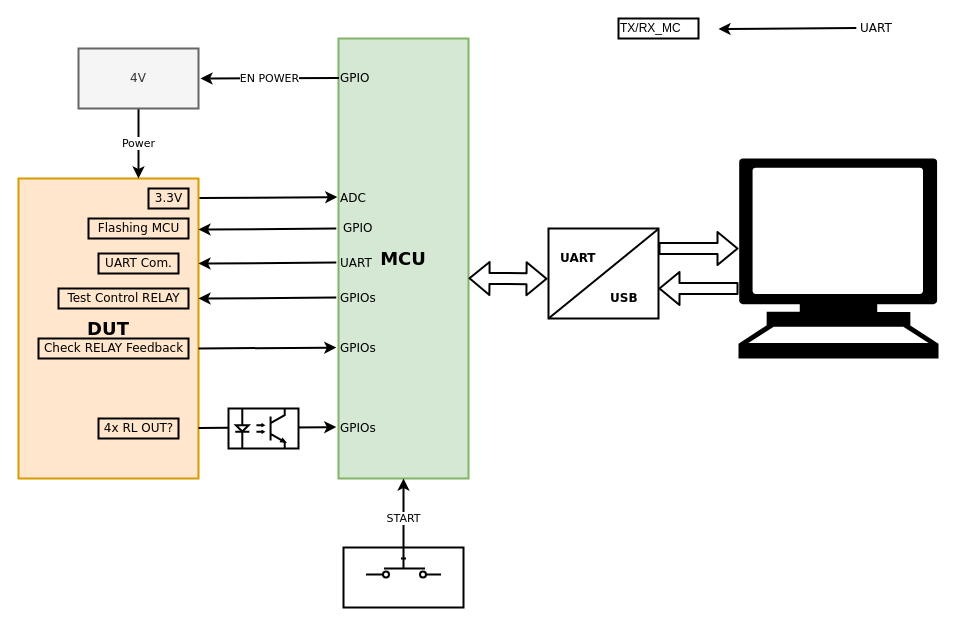
Above: Copy of Detail of HW auto test tool.drawio in anhvanthe/01_my_drawio (draw.io), before the change. Source tidied: cells renumbered, new cells numbered last; positions are measured from the earlier drawing's top-left corner, leaving out a move shared by most shapes. Both pictures are drawn from the tidied source at 100%, with x=0, y=0 at pixel (18, 18).
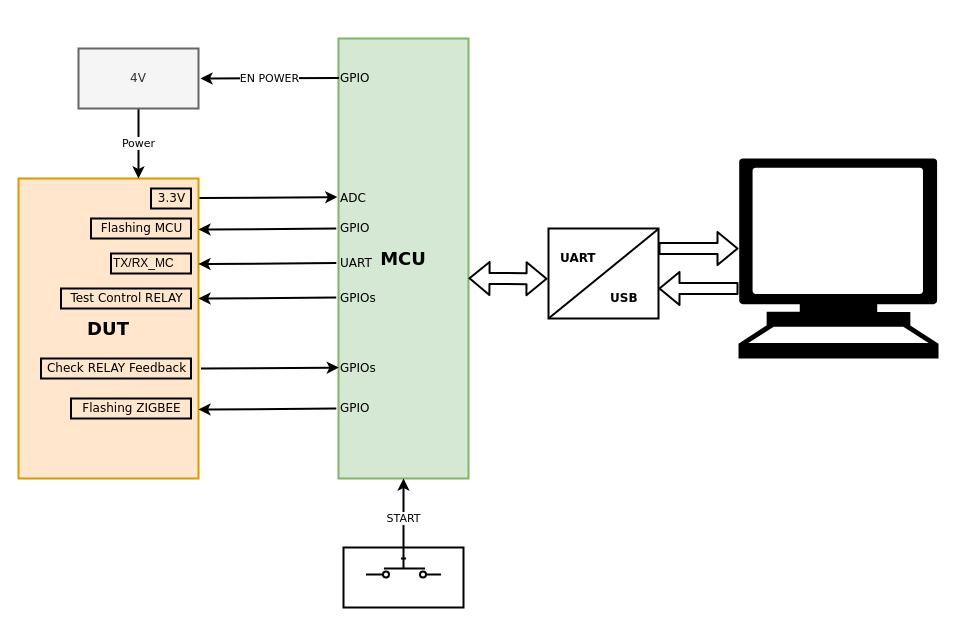
After the change.

The edit, as a diff of the source:
```diff
@@
     <mxCell id="6" value="UART" style="text;html=1;align=left;verticalAlign=top;spacingTop=-4;fontFamily=Verdana;strokeWidth=2;" parent="1" vertex="1">
-      <mxGeometry x="840" width="50" height="20" as="geometry" />
+      <mxGeometry x="320" y="235" width="50" height="20" as="geometry" />
     </mxCell>
@@
     <mxCell id="8" value="3.3V" style="text;html=1;align=center;verticalAlign=top;spacingTop=-4;rounded=0;fillColor=none;strokeColor=#000000;fontFamily=Verdana;strokeWidth=2;" parent="1" vertex="1">
-      <mxGeometry x="130" y="170" width="40" height="20" as="geometry" />
+      <mxGeometry x="132.5" y="170" width="40" height="20" as="geometry" />
     </mxCell>
@@
     <mxCell id="10" value="Flashing MCU" style="text;html=1;align=center;verticalAlign=top;spacingTop=-4;rounded=0;fillColor=none;strokeColor=#000000;fontFamily=Verdana;strokeWidth=2;" parent="1" vertex="1">
-      <mxGeometry x="70" y="200" width="100" height="20" as="geometry" />
+      <mxGeometry x="72.5" y="200" width="100" height="20" as="geometry" />
     </mxCell>
@@
     <mxCell id="12" value="GPIO" style="text;html=1;align=left;verticalAlign=top;spacingTop=-4;fontFamily=Verdana;strokeWidth=2;" parent="1" vertex="1">
-      <mxGeometry x="322.5" y="200" width="50" height="20" as="geometry" />
+      <mxGeometry x="320" y="200" width="50" height="20" as="geometry" />
     </mxCell>
-    <mxCell id="13" style="endArrow=classic;html=1;entryX=-0.018;entryY=0.342;entryDx=0;entryDy=0;entryPerimeter=0;fontFamily=Verdana;strokeWidth=2;" parent="1" edge="1">
-      <mxGeometry relative="1" as="geometry">
-        <mxPoint x="317.8" y="244.1" as="sourcePoint" />
-        <mxPoint x="180" y="245" as="targetPoint" />
-      </mxGeometry>
-    </mxCell>
-    <mxCell id="14" value="UART" style="text;html=1;align=left;verticalAlign=top;spacingTop=-4;fontFamily=Verdana;strokeWidth=2;" parent="1" vertex="1">
-      <mxGeometry x="320" y="235" width="50" height="20" as="geometry" />
-    </mxCell>
-    <mxCell id="15" value="4x RL OUT?" style="text;html=1;align=center;verticalAlign=top;spacingTop=-4;rounded=0;fillColor=none;strokeColor=#000000;fontFamily=Verdana;strokeWidth=2;" parent="1" vertex="1">
-      <mxGeometry x="80" y="400" width="80" height="20" as="geometry" />
-    </mxCell>
-    <mxCell id="16" style="endArrow=classic;html=1;entryX=-0.018;entryY=0.342;entryDx=0;entryDy=0;entryPerimeter=0;fontFamily=Verdana;strokeWidth=2;" parent="1" edge="1">
-      <mxGeometry relative="1" as="geometry">
-        <mxPoint x="180" y="409.5" as="sourcePoint" />
-        <mxPoint x="317.8" y="408.6" as="targetPoint" />
-      </mxGeometry>
-    </mxCell>
-    <mxCell id="17" value="GPIOs" style="text;html=1;align=left;verticalAlign=top;spacingTop=-4;fontFamily=Verdana;strokeWidth=2;" parent="1" vertex="1">
-      <mxGeometry x="320" y="400" width="50" height="20" as="geometry" />
-    </mxCell>
@@
-    <mxCell id="29" style="verticalLabelPosition=bottom;shadow=0;dashed=0;align=center;fillColor=#ffffff;html=1;verticalAlign=top;strokeWidth=2;shape=mxgraph.electrical.opto_electronics.opto-coupler;fontFamily=Verdana;" parent="1" vertex="1">
-      <mxGeometry x="210" y="390" width="70" height="40" as="geometry" />
-    </mxCell>
@@
     <mxCell id="32" style="endArrow=classic;html=1;entryX=-0.018;entryY=0.342;entryDx=0;entryDy=0;entryPerimeter=0;fontFamily=Verdana;strokeWidth=2;" parent="1" edge="1">
       <mxGeometry relative="1" as="geometry">
-        <mxPoint x="837.8" y="9.6" as="sourcePoint" />
-        <mxPoint x="700" y="10.5" as="targetPoint" />
+        <mxPoint x="317.8" y="244.6" as="sourcePoint" />
+        <mxPoint x="180" y="245.5" as="targetPoint" />
       </mxGeometry>
     </mxCell>
     <mxCell id="33" value="TX/RX_MC" style="text;html=1;align=left;verticalAlign=top;spacingTop=-4;strokeColor=#000000;strokeWidth=2;" parent="1" vertex="1">
-      <mxGeometry x="600" width="80" height="20" as="geometry" />
+      <mxGeometry x="92.5" y="235" width="80" height="20" as="geometry" />
     </mxCell>
     <mxCell id="34" value="Test Control RELAY" style="text;html=1;align=center;verticalAlign=top;spacingTop=-4;rounded=0;fillColor=none;strokeColor=#000000;fontFamily=Verdana;strokeWidth=2;" parent="1" vertex="1">
-      <mxGeometry x="40" y="270" width="130" height="20" as="geometry" />
+      <mxGeometry x="42.5" y="270" width="130" height="20" as="geometry" />
     </mxCell>
@@
     <mxCell id="37" value="Check RELAY Feedback" style="text;html=1;align=center;verticalAlign=top;spacingTop=-4;rounded=0;fillColor=none;strokeColor=#000000;fontFamily=Verdana;strokeWidth=2;" parent="1" vertex="1">
-      <mxGeometry x="20" y="320" width="150" height="20" as="geometry" />
+      <mxGeometry x="22.5" y="340" width="150" height="20" as="geometry" />
     </mxCell>
     <mxCell id="38" style="endArrow=classic;html=1;entryX=-0.018;entryY=0.342;entryDx=0;entryDy=0;entryPerimeter=0;fontFamily=Verdana;strokeWidth=2;" parent="1" edge="1">
       <mxGeometry relative="1" as="geometry">
-        <mxPoint x="180" y="330" as="sourcePoint" />
-        <mxPoint x="317.8" y="329.1" as="targetPoint" />
+        <mxPoint x="182.5" y="350" as="sourcePoint" />
+        <mxPoint x="320.3" y="349.1" as="targetPoint" />
       </mxGeometry>
     </mxCell>
     <mxCell id="39" value="GPIOs" style="text;html=1;align=left;verticalAlign=top;spacingTop=-4;fontFamily=Verdana;strokeWidth=2;" parent="1" vertex="1">
-      <mxGeometry x="320" y="320" width="50" height="20" as="geometry" />
+      <mxGeometry x="320" y="340" width="50" height="20" as="geometry" />
     </mxCell>
-    <mxCell id="40" value="UART Com." style="text;html=1;align=center;verticalAlign=top;spacingTop=-4;rounded=0;fillColor=none;strokeColor=#000000;fontFamily=Verdana;strokeWidth=2;" parent="1" vertex="1">
-      <mxGeometry x="80" y="235" width="80" height="20" as="geometry" />
-    </mxCell>
+    <mxCell id="41" value="Flashing ZIGBEE" style="text;html=1;align=center;verticalAlign=top;spacingTop=-4;rounded=0;fillColor=none;strokeColor=#000000;fontFamily=Verdana;strokeWidth=2;" parent="1" vertex="1">
+      <mxGeometry x="52.5" y="380" width="120" height="20" as="geometry" />
+    </mxCell>
+    <mxCell id="42" style="endArrow=classic;html=1;entryX=-0.018;entryY=0.342;entryDx=0;entryDy=0;entryPerimeter=0;fontFamily=Verdana;strokeWidth=2;" parent="1" edge="1">
+      <mxGeometry relative="1" as="geometry">
+        <mxPoint x="317.8" y="390.1" as="sourcePoint" />
+        <mxPoint x="180" y="391" as="targetPoint" />
+      </mxGeometry>
+    </mxCell>
+    <mxCell id="43" value="GPIO" style="text;html=1;align=left;verticalAlign=top;spacingTop=-4;fontFamily=Verdana;strokeWidth=2;" parent="1" vertex="1">
+      <mxGeometry x="320" y="380" width="50" height="20" as="geometry" />
+    </mxCell>
```
